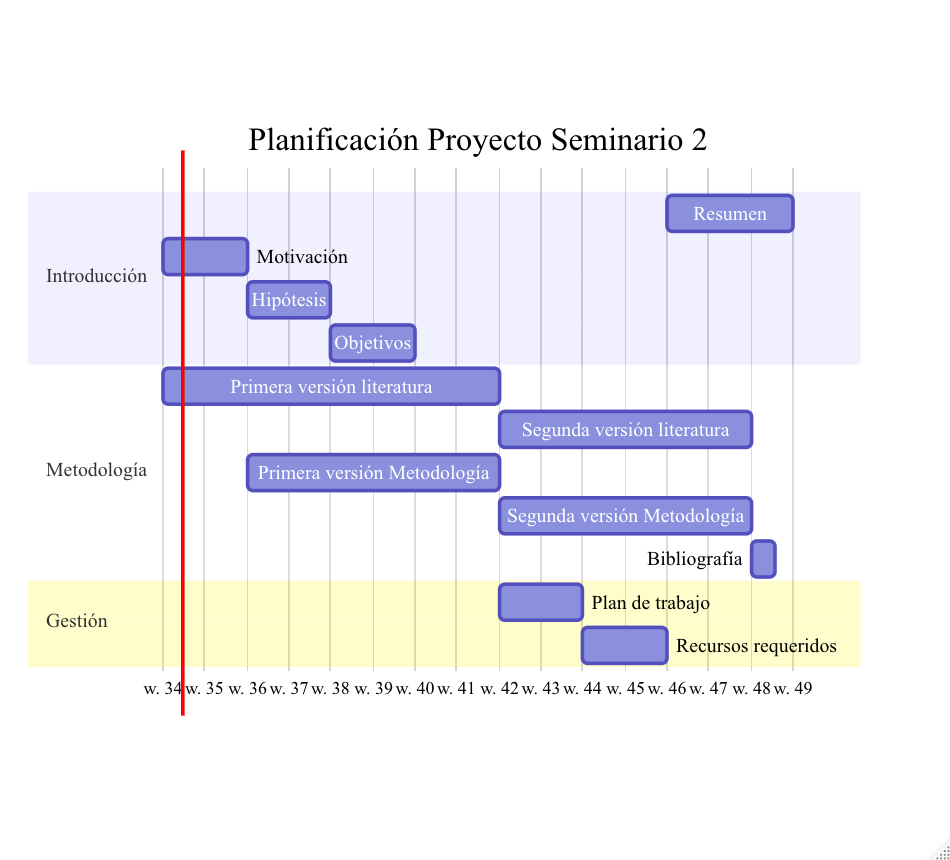
ingUANDES/coloquio keeps this Mermaid diagram as docs/gantt.png. Above is the earlier version. Its source is kept beside it as docs/gantt.mmd.
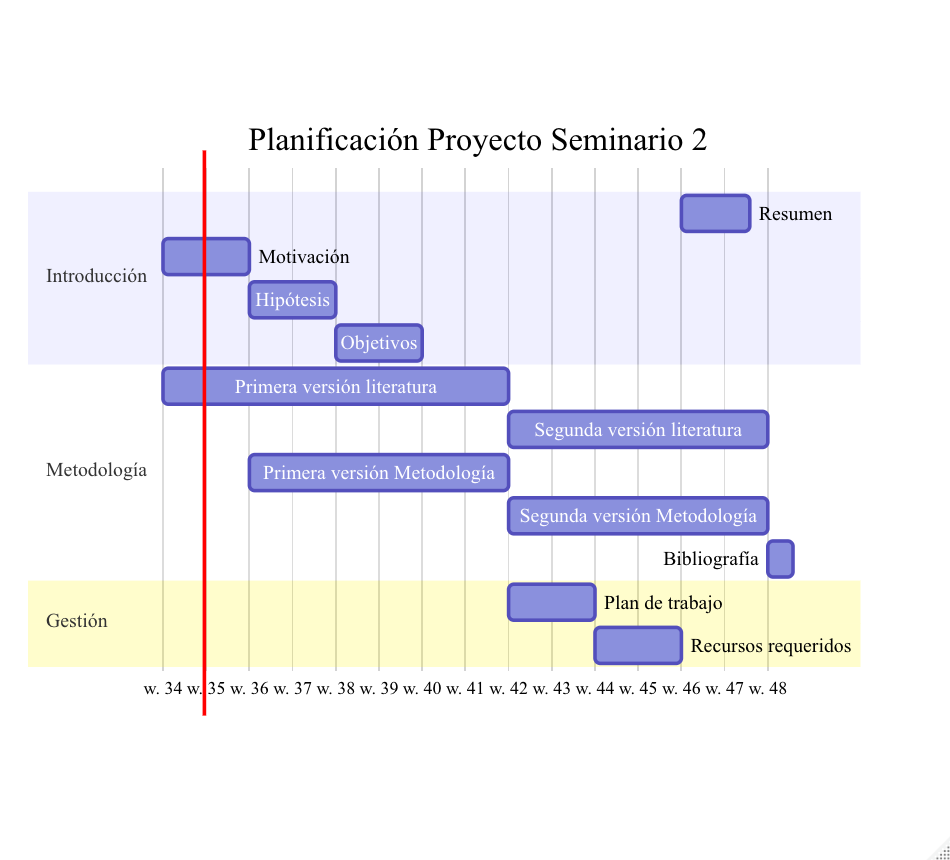
The same diagram one commit later.

Commit message:
corrige entreas de resumen y motivación

Diff of the diagram source:
```diff
@@ -2,8 +2,8 @@
 title Planificación Proyecto Seminario 2
 dateFormat  DD-MM-YYYY
 section Introducción
-Resumen             :a10, after a10, 3w
-Motivación          :a2, 24-08-2020, 2w
+Resumen             :a10, after a10, 27-11-2020
+Motivación          :a2, 24-08-2020, 11-09-2020
 Hipótesis           :a3, after a2, 2w
 Objetivos           :a4, after a3, 2w
 section Metodología
```
